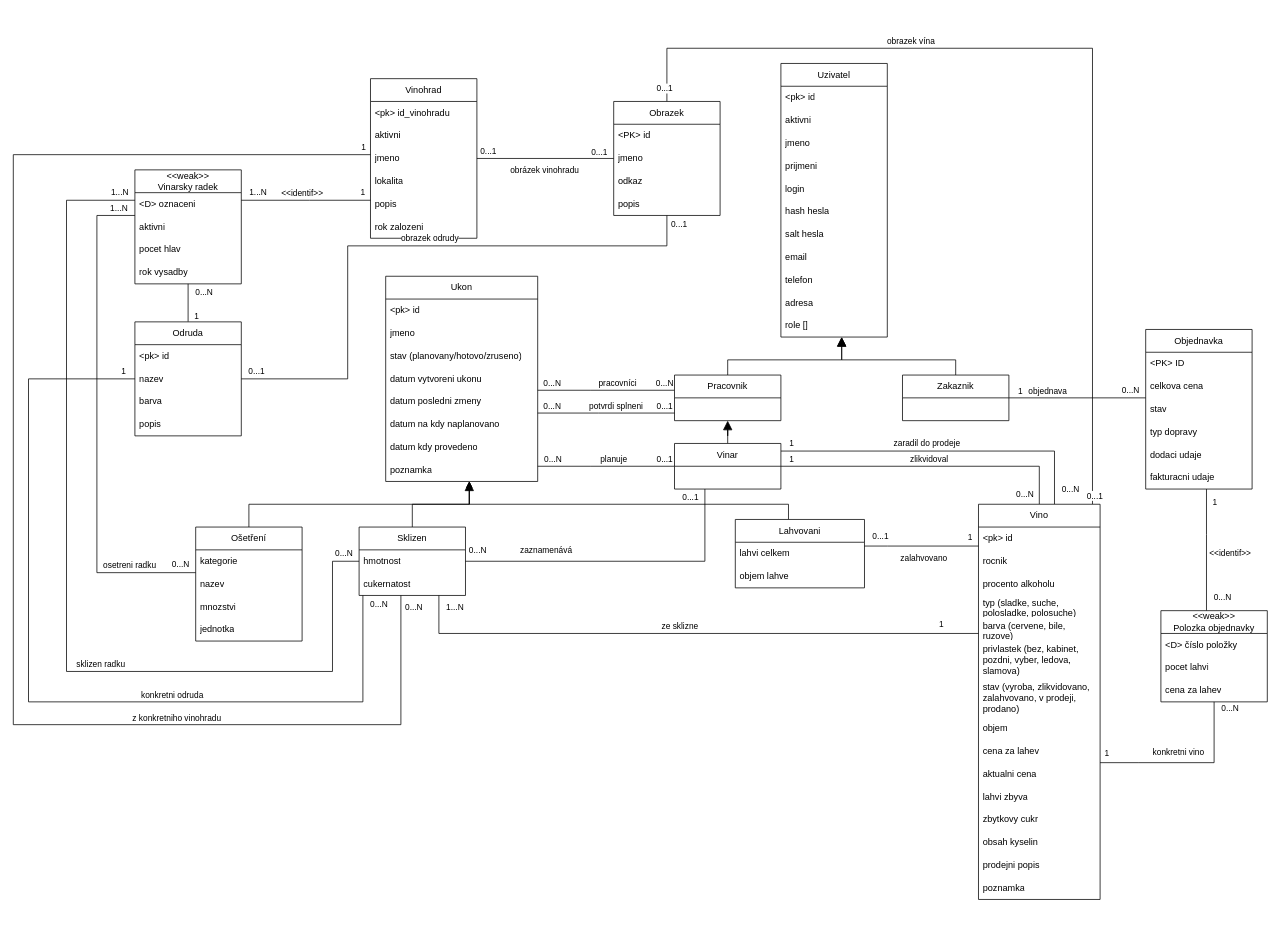
Before: docs/iis_er.drawio in MiroSatona/winery-information-system, a draw.io diagram. Source tidied: cells renumbered, new cells numbered last; positions are measured from the earlier drawing's top-left corner, leaving out a move shared by most shapes. Both pictures are drawn from the tidied source at 76%, with x=0, y=0 at pixel (13, 48).
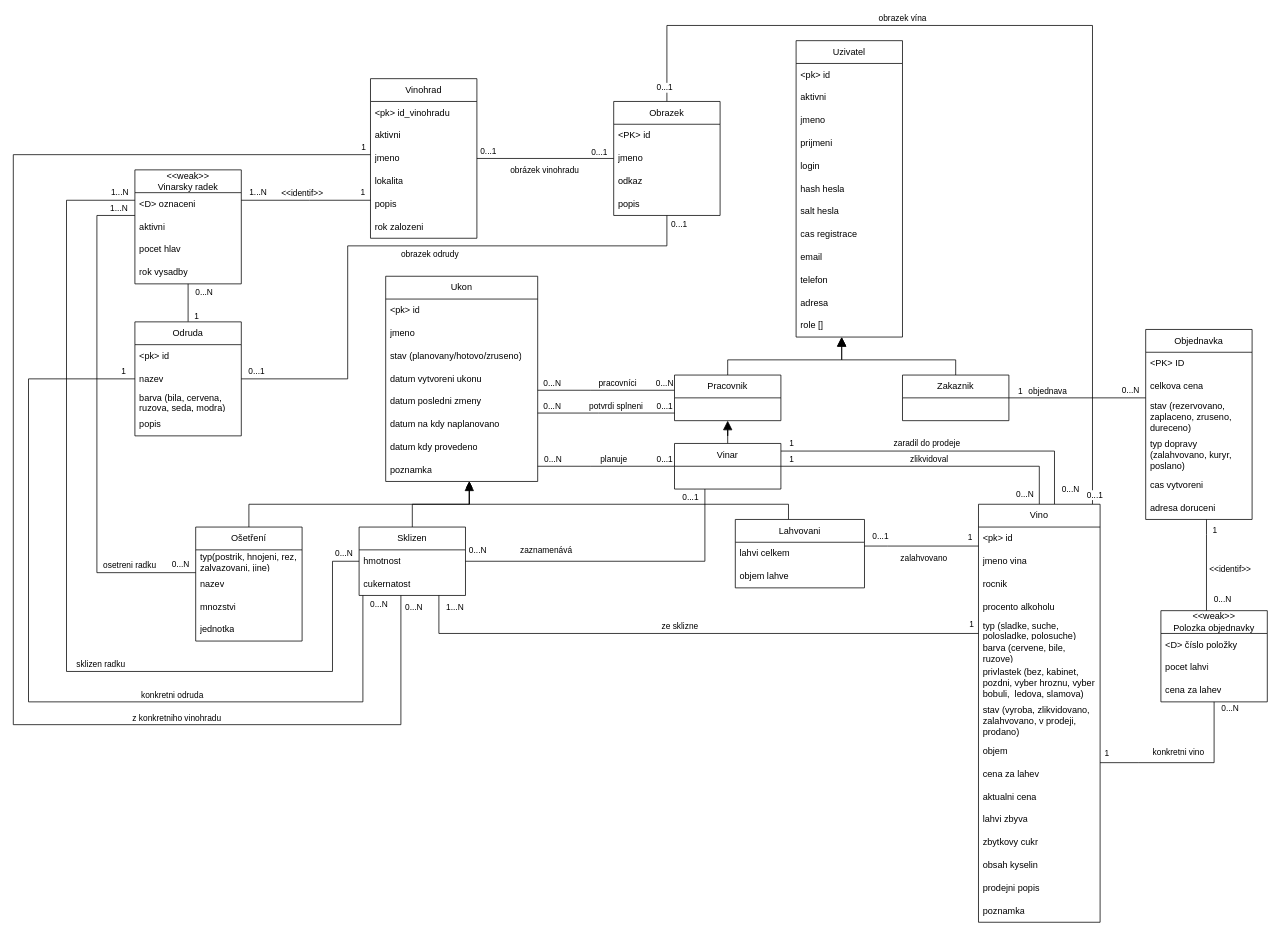
Above is the later version.

Unchanged cells that the change refers to:
```xml
<mxCell id="25" style="edgeStyle=orthogonalEdgeStyle;rounded=0;jettySize=auto;html=1;endArrow=none;startFill=0;" parent="1" edge="1" source="29" target="156">
  <mxGeometry relative="1" as="geometry">
    <Array as="points">
      <mxPoint x="440" y="435" />
      <mxPoint x="440" y="260" />
      <mxPoint x="860" y="260" />
    </Array>
  </mxGeometry>
</mxCell>
<mxCell id="29" value="Odruda" style="swimlane;fontStyle=0;horizontal=1;startSize=30;whiteSpace=wrap;html=1;" parent="1" vertex="1">
  <mxGeometry x="160" y="360" width="140" height="150" as="geometry" />
</mxCell>
<mxCell id="55" style="edgeStyle=orthogonalEdgeStyle;rounded=0;jettySize=auto;html=1;endArrow=none;startFill=0;" parent="1" edge="1" source="72" target="124">
  <mxGeometry relative="1" as="geometry">
    <Array as="points">
      <mxPoint x="560" y="770" />
    </Array>
  </mxGeometry>
</mxCell>
<mxCell id="156" value="Obrazek" style="swimlane;fontStyle=0;horizontal=1;startSize=30;whiteSpace=wrap;html=1;" parent="1" vertex="1">
  <mxGeometry x="790" y="70" width="140" height="150" as="geometry" />
</mxCell>
<mxCell id="166" value="Ošetření" style="swimlane;fontStyle=0;horizontal=1;startSize=30;whiteSpace=wrap;html=1;" parent="1" vertex="1">
  <mxGeometry x="240" y="630" width="140" height="150" as="geometry" />
</mxCell>
```

Diff of the diagram source:
```diff
@@
     <mxCell id="26" value="obrazek odrudy" style="edgeLabel;html=1;align=center;verticalAlign=middle;" parent="25" vertex="1">
       <mxGeometry x="0.09" relative="1" as="geometry">
-        <mxPoint y="-11" as="offset" />
+        <mxPoint y="10" as="offset" />
       </mxGeometry>
     </mxCell>
@@
-    <mxCell id="32" value="barva" style="text;strokeColor=none;fillColor=none;align=left;verticalAlign=middle;spacingLeft=4;spacingRight=4;overflow=hidden;whiteSpace=wrap;html=1;" parent="29" vertex="1">
+    <mxCell id="32" value="barva (bila, cervena, ruzova, seda, modra)&amp;nbsp;" style="text;strokeColor=none;fillColor=none;align=left;verticalAlign=middle;spacingLeft=4;spacingRight=4;overflow=hidden;whiteSpace=wrap;html=1;" parent="29" vertex="1">
       <mxGeometry y="90" width="140" height="30" as="geometry" />
     </mxCell>
@@
     <mxCell id="58" value="1" style="edgeLabel;html=1;align=center;verticalAlign=middle;" parent="55" vertex="1">
       <mxGeometry x="0.86" y="1" relative="1" as="geometry">
-        <mxPoint x="3" y="-12" as="offset" />
+        <mxPoint x="43" y="-12" as="offset" />
       </mxGeometry>
     </mxCell>
@@
     <mxCell id="92" value="Uzivatel" style="swimlane;fontStyle=0;horizontal=1;startSize=30;whiteSpace=wrap;html=1;" parent="1" vertex="1">
-      <mxGeometry x="1010" y="20" width="140" height="360" as="geometry" />
+      <mxGeometry x="1030" y="-10" width="140" height="390" as="geometry" />
     </mxCell>
@@
+    <mxCell id="171" value="cas registrace" style="text;strokeColor=none;fillColor=none;align=left;verticalAlign=middle;spacingLeft=4;spacingRight=4;overflow=hidden;whiteSpace=wrap;html=1;" parent="92" vertex="1">
+      <mxGeometry y="240" width="140" height="30" as="geometry" />
+    </mxCell>
     <mxCell id="100" value="email" style="text;strokeColor=none;fillColor=none;align=left;verticalAlign=middle;spacingLeft=4;spacingRight=4;overflow=hidden;whiteSpace=wrap;html=1;" parent="92" vertex="1">
-      <mxGeometry y="240" width="140" height="30" as="geometry" />
+      <mxGeometry y="270" width="140" height="30" as="geometry" />
     </mxCell>
     <mxCell id="101" value="telefon" style="text;strokeColor=none;fillColor=none;align=left;verticalAlign=middle;spacingLeft=4;spacingRight=4;overflow=hidden;whiteSpace=wrap;html=1;" parent="92" vertex="1">
-      <mxGeometry y="270" width="140" height="30" as="geometry" />
+      <mxGeometry y="300" width="140" height="30" as="geometry" />
     </mxCell>
     <mxCell id="102" value="adresa" style="text;strokeColor=none;fillColor=none;align=left;verticalAlign=middle;spacingLeft=4;spacingRight=4;overflow=hidden;whiteSpace=wrap;html=1;" parent="92" vertex="1">
-      <mxGeometry y="300" width="140" height="30" as="geometry" />
+      <mxGeometry y="330" width="140" height="30" as="geometry" />
     </mxCell>
     <mxCell id="103" value="role []" style="text;strokeColor=none;fillColor=none;align=left;verticalAlign=middle;spacingLeft=4;spacingRight=4;overflow=hidden;whiteSpace=wrap;html=1;" parent="92" vertex="1">
-      <mxGeometry y="330" width="140" height="30" as="geometry" />
+      <mxGeometry y="360" width="140" height="30" as="geometry" />
     </mxCell>
@@
     <mxCell id="113" value="&lt;div&gt;&lt;span style=&quot;background-color: transparent; color: light-dark(rgb(0, 0, 0), rgb(255, 255, 255));&quot;&gt;Objednavka&lt;/span&gt;&lt;/div&gt;" style="swimlane;fontStyle=0;horizontal=1;startSize=30;whiteSpace=wrap;html=1;" parent="1" vertex="1">
-      <mxGeometry x="1490" y="370" width="140" height="210" as="geometry" />
+      <mxGeometry x="1490" y="370" width="140" height="250" as="geometry" />
     </mxCell>
@@
-    <mxCell id="116" value="stav" style="text;strokeColor=none;fillColor=none;align=left;verticalAlign=middle;spacingLeft=4;spacingRight=4;overflow=hidden;whiteSpace=wrap;html=1;" parent="113" vertex="1">
-      <mxGeometry y="90" width="140" height="30" as="geometry" />
+    <mxCell id="116" value="stav (rezervovano, zaplaceno, zruseno, dureceno)" style="text;strokeColor=none;fillColor=none;align=left;verticalAlign=middle;spacingLeft=4;spacingRight=4;overflow=hidden;whiteSpace=wrap;html=1;" parent="113" vertex="1">
+      <mxGeometry y="90" width="140" height="50" as="geometry" />
     </mxCell>
-    <mxCell id="117" value="typ dopravy" style="text;strokeColor=none;fillColor=none;align=left;verticalAlign=middle;spacingLeft=4;spacingRight=4;overflow=hidden;whiteSpace=wrap;html=1;" parent="113" vertex="1">
-      <mxGeometry y="120" width="140" height="30" as="geometry" />
+    <mxCell id="117" value="typ dopravy (zalahvovano, kuryr, poslano)" style="text;strokeColor=none;fillColor=none;align=left;verticalAlign=middle;spacingLeft=4;spacingRight=4;overflow=hidden;whiteSpace=wrap;html=1;" parent="113" vertex="1">
+      <mxGeometry y="140" width="140" height="50" as="geometry" />
     </mxCell>
-    <mxCell id="118" value="dodaci udaje" style="text;strokeColor=none;fillColor=none;align=left;verticalAlign=middle;spacingLeft=4;spacingRight=4;overflow=hidden;whiteSpace=wrap;html=1;" parent="113" vertex="1">
-      <mxGeometry y="150" width="140" height="30" as="geometry" />
+    <mxCell id="118" value="cas vytvoreni" style="text;strokeColor=none;fillColor=none;align=left;verticalAlign=middle;spacingLeft=4;spacingRight=4;overflow=hidden;whiteSpace=wrap;html=1;" parent="113" vertex="1">
+      <mxGeometry y="190" width="140" height="30" as="geometry" />
     </mxCell>
-    <mxCell id="119" value="fakturacni udaje" style="text;strokeColor=none;fillColor=none;align=left;verticalAlign=middle;spacingLeft=4;spacingRight=4;overflow=hidden;whiteSpace=wrap;html=1;" parent="113" vertex="1">
-      <mxGeometry y="180" width="140" height="30" as="geometry" />
+    <mxCell id="119" value="adresa doruceni" style="text;strokeColor=none;fillColor=none;align=left;verticalAlign=middle;spacingLeft=4;spacingRight=4;overflow=hidden;whiteSpace=wrap;html=1;" parent="113" vertex="1">
+      <mxGeometry y="220" width="140" height="30" as="geometry" />
     </mxCell>
     <mxCell id="120" style="edgeStyle=orthogonalEdgeStyle;rounded=0;jettySize=auto;html=1;endArrow=none;startFill=0;" parent="1" edge="1" source="124" target="156">
       <mxGeometry relative="1" as="geometry">
         <Array as="points">
-          <mxPoint x="1420" />
-          <mxPoint x="860" />
+          <mxPoint x="1420" y="-30" />
+          <mxPoint x="860" y="-30" />
         </Array>
       </mxGeometry>
     </mxCell>
@@
     <mxCell id="124" value="Vino" style="swimlane;fontStyle=0;horizontal=1;startSize=30;whiteSpace=wrap;html=1;" parent="1" vertex="1">
-      <mxGeometry x="1270" y="600" width="160" height="520" as="geometry" />
+      <mxGeometry x="1270" y="600" width="160" height="550" as="geometry" />
     </mxCell>
@@
+    <mxCell id="172" value="jmeno vina" style="text;strokeColor=none;fillColor=none;align=left;verticalAlign=middle;spacingLeft=4;spacingRight=4;overflow=hidden;whiteSpace=wrap;html=1;" parent="124" vertex="1">
+      <mxGeometry y="60" width="160" height="30" as="geometry" />
+    </mxCell>
     <mxCell id="126" value="rocnik" style="text;strokeColor=none;fillColor=none;align=left;verticalAlign=middle;spacingLeft=4;spacingRight=4;overflow=hidden;whiteSpace=wrap;html=1;" parent="124" vertex="1">
-      <mxGeometry y="60" width="160" height="30" as="geometry" />
+      <mxGeometry y="90" width="160" height="30" as="geometry" />
     </mxCell>
     <mxCell id="127" value="procento alkoholu" style="text;strokeColor=none;fillColor=none;align=left;verticalAlign=middle;spacingLeft=4;spacingRight=4;overflow=hidden;whiteSpace=wrap;html=1;" parent="124" vertex="1">
-      <mxGeometry y="90" width="160" height="30" as="geometry" />
+      <mxGeometry y="120" width="160" height="30" as="geometry" />
     </mxCell>
     <mxCell id="128" value="typ (sladke, suche, polosladke, polosuche)" style="text;strokeColor=none;fillColor=none;align=left;verticalAlign=middle;spacingLeft=4;spacingRight=4;overflow=hidden;whiteSpace=wrap;html=1;" parent="124" vertex="1">
-      <mxGeometry y="120" width="160" height="30" as="geometry" />
+      <mxGeometry y="150" width="160" height="30" as="geometry" />
     </mxCell>
     <mxCell id="129" value="barva (cervene, bile, ruzove)" style="text;strokeColor=none;fillColor=none;align=left;verticalAlign=middle;spacingLeft=4;spacingRight=4;overflow=hidden;whiteSpace=wrap;html=1;" parent="124" vertex="1">
-      <mxGeometry y="150" width="160" height="30" as="geometry" />
+      <mxGeometry y="180" width="160" height="30" as="geometry" />
     </mxCell>
-    <mxCell id="130" value="privlastek (bez, kabinet, pozdni, vyber, ledova, slamova)" style="text;strokeColor=none;fillColor=none;align=left;verticalAlign=middle;spacingLeft=4;spacingRight=4;overflow=hidden;whiteSpace=wrap;html=1;" parent="124" vertex="1">
-      <mxGeometry y="180" width="160" height="50" as="geometry" />
+    <mxCell id="130" value="privlastek (bez, kabinet, pozdni, vyber hroznu, vyber bobuli,&amp;nbsp; ledova, slamova)" style="text;strokeColor=none;fillColor=none;align=left;verticalAlign=middle;spacingLeft=4;spacingRight=4;overflow=hidden;whiteSpace=wrap;html=1;" parent="124" vertex="1">
+      <mxGeometry y="210" width="160" height="50" as="geometry" />
     </mxCell>
     <mxCell id="131" value="stav (vyroba, zlikvidovano, zalahvovano, v prodeji, prodano)" style="text;strokeColor=none;fillColor=none;align=left;verticalAlign=middle;spacingLeft=4;spacingRight=4;overflow=hidden;whiteSpace=wrap;html=1;" parent="124" vertex="1">
-      <mxGeometry y="230" width="160" height="50" as="geometry" />
+      <mxGeometry y="260" width="160" height="50" as="geometry" />
     </mxCell>
     <mxCell id="132" value="objem" style="text;strokeColor=none;fillColor=none;align=left;verticalAlign=middle;spacingLeft=4;spacingRight=4;overflow=hidden;whiteSpace=wrap;html=1;" parent="124" vertex="1">
-      <mxGeometry y="280" width="160" height="30" as="geometry" />
+      <mxGeometry y="310" width="160" height="30" as="geometry" />
     </mxCell>
     <mxCell id="133" value="cena za lahev" style="text;strokeColor=none;fillColor=none;align=left;verticalAlign=middle;spacingLeft=4;spacingRight=4;overflow=hidden;whiteSpace=wrap;html=1;" parent="124" vertex="1">
-      <mxGeometry y="310" width="160" height="30" as="geometry" />
+      <mxGeometry y="340" width="160" height="30" as="geometry" />
     </mxCell>
     <mxCell id="134" value="aktualni cena" style="text;strokeColor=none;fillColor=none;align=left;verticalAlign=middle;spacingLeft=4;spacingRight=4;overflow=hidden;whiteSpace=wrap;html=1;" parent="124" vertex="1">
-      <mxGeometry y="340" width="160" height="30" as="geometry" />
+      <mxGeometry y="370" width="160" height="30" as="geometry" />
     </mxCell>
     <mxCell id="135" value="lahvi zbyva" style="text;strokeColor=none;fillColor=none;align=left;verticalAlign=middle;spacingLeft=4;spacingRight=4;overflow=hidden;whiteSpace=wrap;html=1;" parent="124" vertex="1">
-      <mxGeometry y="370" width="160" height="30" as="geometry" />
+      <mxGeometry y="400" width="160" height="30" as="geometry" />
     </mxCell>
     <mxCell id="136" value="zbytkovy cukr" style="text;strokeColor=none;fillColor=none;align=left;verticalAlign=middle;spacingLeft=4;spacingRight=4;overflow=hidden;whiteSpace=wrap;html=1;" parent="124" vertex="1">
-      <mxGeometry y="400" width="160" height="30" as="geometry" />
+      <mxGeometry y="430" width="160" height="30" as="geometry" />
     </mxCell>
     <mxCell id="137" value="obsah kyselin" style="text;strokeColor=none;fillColor=none;align=left;verticalAlign=middle;spacingLeft=4;spacingRight=4;overflow=hidden;whiteSpace=wrap;html=1;" parent="124" vertex="1">
-      <mxGeometry y="430" width="160" height="30" as="geometry" />
+      <mxGeometry y="460" width="160" height="30" as="geometry" />
     </mxCell>
     <mxCell id="138" value="prodejni popis" style="text;strokeColor=none;fillColor=none;align=left;verticalAlign=middle;spacingLeft=4;spacingRight=4;overflow=hidden;whiteSpace=wrap;html=1;" parent="124" vertex="1">
-      <mxGeometry y="460" width="160" height="30" as="geometry" />
+      <mxGeometry y="490" width="160" height="30" as="geometry" />
     </mxCell>
     <mxCell id="139" value="poznamka" style="text;strokeColor=none;fillColor=none;align=left;verticalAlign=middle;spacingLeft=4;spacingRight=4;overflow=hidden;whiteSpace=wrap;html=1;" parent="124" vertex="1">
-      <mxGeometry y="490" width="160" height="30" as="geometry" />
+      <mxGeometry y="520" width="160" height="30" as="geometry" />
     </mxCell>
@@
-    <mxCell id="167" value="kategorie" style="text;strokeColor=none;fillColor=none;align=left;verticalAlign=middle;spacingLeft=4;spacingRight=4;overflow=hidden;whiteSpace=wrap;html=1;" parent="166" vertex="1">
+    <mxCell id="167" value="typ(postrik, hnojeni, rez, zalvazovani, jine)" style="text;strokeColor=none;fillColor=none;align=left;verticalAlign=middle;spacingLeft=4;spacingRight=4;overflow=hidden;whiteSpace=wrap;html=1;" parent="166" vertex="1">
       <mxGeometry y="30" width="140" height="30" as="geometry" />
     </mxCell>
```
